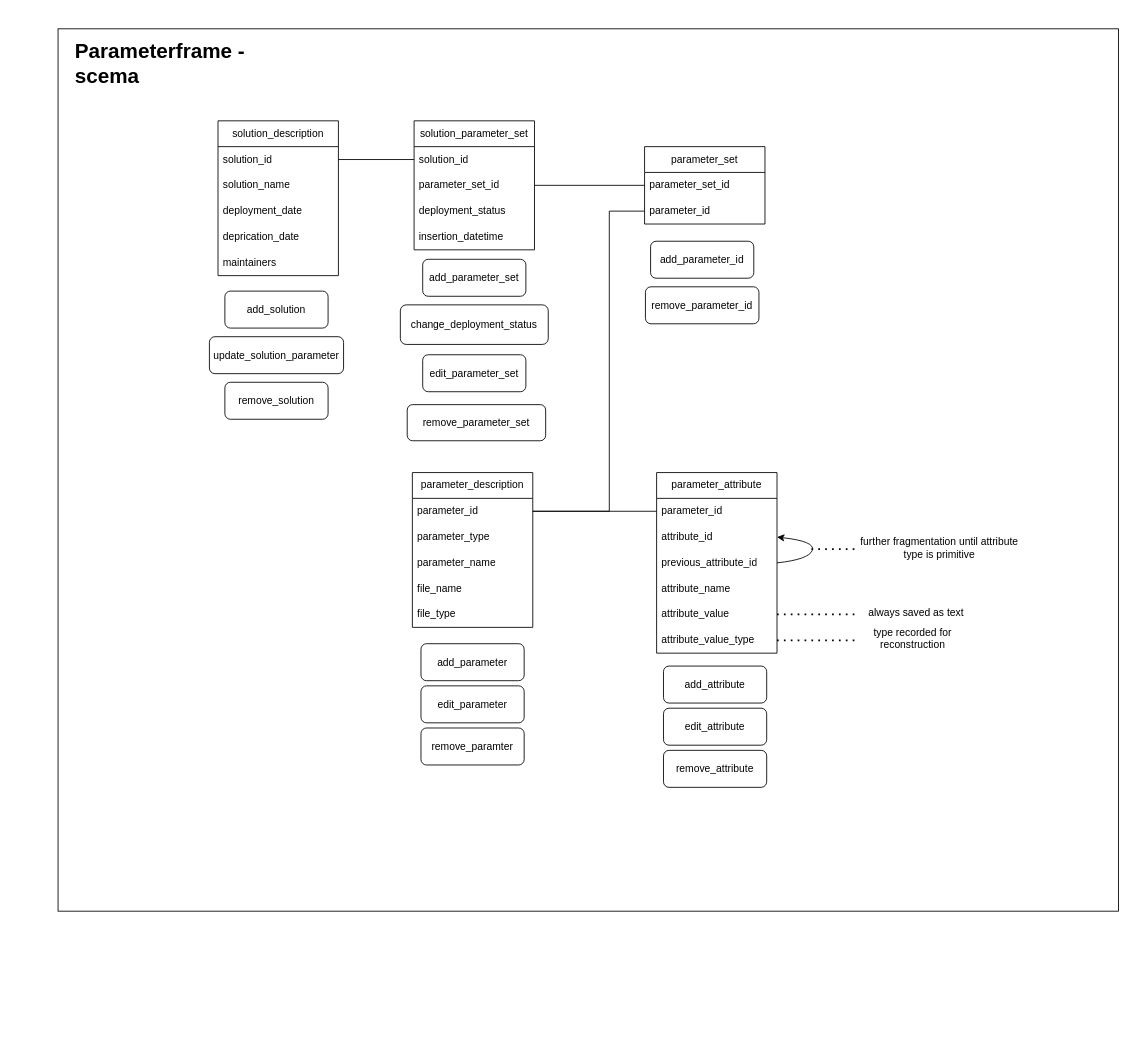
The draw.io diagram page "scema" (1 of 2) of drawio/parameterframe.drawio in Kiril-Mordan/reusables, before the edit. Source tidied: cells renumbered, new cells numbered last; positions are measured from the earlier drawing's top-left corner, leaving out a move shared by most shapes. Both pictures are drawn from the tidied source at 86%, with x=0, y=0 at pixel (58, 28).
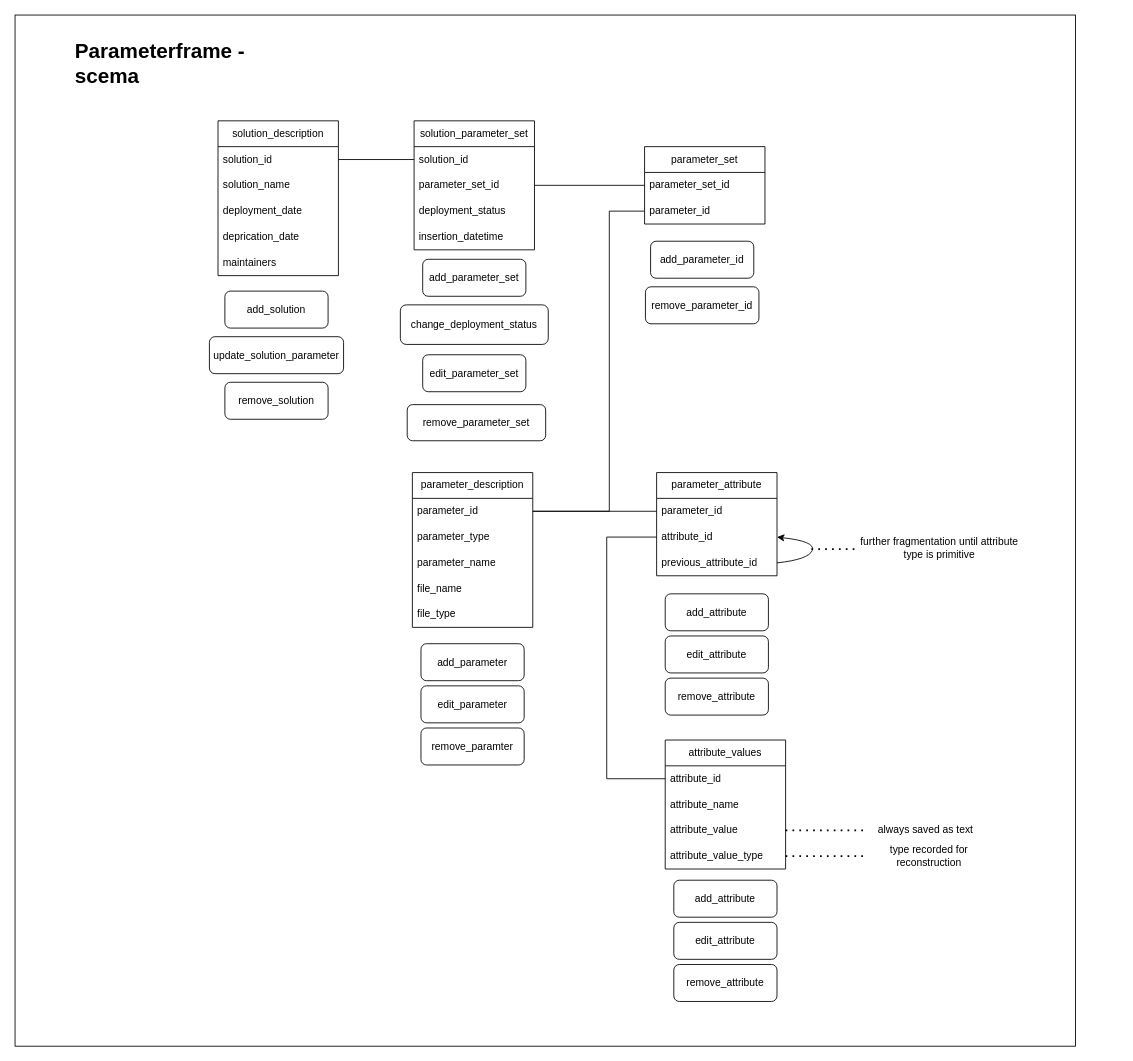
The same diagram, later.

Commit message (it also covers changes not shown here):
[DRAFT] changes to parameterframe attribute splitting initial idea

The change refers to these unchanged cells:
```xml
<mxCell id="29" value="attribute_id" style="text;strokeColor=none;fillColor=none;align=left;verticalAlign=middle;spacingLeft=4;spacingRight=4;overflow=hidden;points=[[0,0.5],[1,0.5]];portConstraint=eastwest;whiteSpace=wrap;html=1;" parent="27" vertex="1">
  <mxGeometry y="60" width="140" height="30" as="geometry" />
</mxCell>
```

The edit, as a diff of the source:
```diff
@@
     <mxCell id="2" style="rounded=0;whiteSpace=wrap;html=1;" parent="1" vertex="1">
-      <mxGeometry width="1233" height="1026" as="geometry" />
+      <mxGeometry x="-50" y="-16" width="1233" height="1199" as="geometry" />
     </mxCell>
@@
     <mxCell id="27" value="parameter_attribute" style="swimlane;fontStyle=0;horizontal=1;startSize=30;whiteSpace=wrap;html=1;" parent="1" vertex="1">
-      <mxGeometry x="696" y="516" width="140" height="210" as="geometry" />
+      <mxGeometry x="696" y="516" width="140" height="120" as="geometry" />
     </mxCell>
@@
-    <mxCell id="31" value="attribute_name" style="text;strokeColor=none;fillColor=none;align=left;verticalAlign=middle;spacingLeft=4;spacingRight=4;overflow=hidden;whiteSpace=wrap;html=1;" parent="27" vertex="1">
-      <mxGeometry y="120" width="140" height="30" as="geometry" />
-    </mxCell>
-    <mxCell id="32" value="attribute_value" style="text;strokeColor=none;fillColor=none;align=left;verticalAlign=middle;spacingLeft=4;spacingRight=4;overflow=hidden;points=[[0,0.5],[1,0.5]];portConstraint=eastwest;whiteSpace=wrap;html=1;" parent="27" vertex="1">
-      <mxGeometry y="150" width="140" height="30" as="geometry" />
-    </mxCell>
-    <mxCell id="33" value="attribute_value_type" style="text;strokeColor=none;fillColor=none;align=left;verticalAlign=middle;spacingLeft=4;spacingRight=4;overflow=hidden;points=[[0,0.5],[1,0.5]];portConstraint=eastwest;whiteSpace=wrap;html=1;" parent="27" vertex="1">
-      <mxGeometry y="180" width="140" height="30" as="geometry" />
-    </mxCell>
@@
     <mxCell id="48" value="add_attribute" style="rounded=1;whiteSpace=wrap;html=1;" parent="1" vertex="1">
-      <mxGeometry x="704" y="741" width="120" height="43" as="geometry" />
+      <mxGeometry x="706" y="657" width="120" height="43" as="geometry" />
     </mxCell>
     <mxCell id="49" value="edit_attribute" style="rounded=1;whiteSpace=wrap;html=1;" parent="1" vertex="1">
-      <mxGeometry x="704" y="790" width="120" height="43" as="geometry" />
+      <mxGeometry x="706" y="706" width="120" height="43" as="geometry" />
     </mxCell>
     <mxCell id="50" value="remove_attribute" style="rounded=1;whiteSpace=wrap;html=1;" parent="1" vertex="1">
-      <mxGeometry x="704" y="839" width="120" height="43" as="geometry" />
+      <mxGeometry x="706" y="755" width="120" height="43" as="geometry" />
     </mxCell>
@@
-    <mxCell id="53" style="endArrow=none;dashed=1;html=1;dashPattern=1 3;strokeWidth=2;rounded=0;exitX=1;exitY=0.5;exitDx=0;exitDy=0;" parent="1" edge="1" source="32">
-      <mxGeometry relative="1" as="geometry">
-        <mxPoint x="929" y="681" as="targetPoint" />
-      </mxGeometry>
-    </mxCell>
+    <mxCell id="57" value="attribute_values" style="swimlane;fontStyle=0;horizontal=1;startSize=30;whiteSpace=wrap;html=1;" parent="1" vertex="1">
+      <mxGeometry x="706" y="827" width="140" height="150" as="geometry" />
+    </mxCell>
+    <mxCell id="58" value="attribute_id" style="text;strokeColor=none;fillColor=none;align=left;verticalAlign=middle;spacingLeft=4;spacingRight=4;overflow=hidden;points=[[0,0.5],[1,0.5]];portConstraint=eastwest;whiteSpace=wrap;html=1;" parent="57" vertex="1">
+      <mxGeometry y="30" width="140" height="30" as="geometry" />
+    </mxCell>
+    <mxCell id="31" value="attribute_name" style="text;strokeColor=none;fillColor=none;align=left;verticalAlign=middle;spacingLeft=4;spacingRight=4;overflow=hidden;whiteSpace=wrap;html=1;" parent="57" vertex="1">
+      <mxGeometry y="60" width="140" height="30" as="geometry" />
+    </mxCell>
+    <mxCell id="32" value="attribute_value" style="text;strokeColor=none;fillColor=none;align=left;verticalAlign=middle;spacingLeft=4;spacingRight=4;overflow=hidden;points=[[0,0.5],[1,0.5]];portConstraint=eastwest;whiteSpace=wrap;html=1;" parent="57" vertex="1">
+      <mxGeometry y="90" width="140" height="30" as="geometry" />
+    </mxCell>
+    <mxCell id="33" value="attribute_value_type" style="text;strokeColor=none;fillColor=none;align=left;verticalAlign=middle;spacingLeft=4;spacingRight=4;overflow=hidden;points=[[0,0.5],[1,0.5]];portConstraint=eastwest;whiteSpace=wrap;html=1;" parent="57" vertex="1">
+      <mxGeometry y="120" width="140" height="30" as="geometry" />
+    </mxCell>
+    <mxCell id="59" value="add_attribute" style="rounded=1;whiteSpace=wrap;html=1;" parent="1" vertex="1">
+      <mxGeometry x="716" y="990" width="120" height="43" as="geometry" />
+    </mxCell>
+    <mxCell id="60" value="edit_attribute" style="rounded=1;whiteSpace=wrap;html=1;" parent="1" vertex="1">
+      <mxGeometry x="716" y="1039" width="120" height="43" as="geometry" />
+    </mxCell>
+    <mxCell id="61" value="remove_attribute" style="rounded=1;whiteSpace=wrap;html=1;" parent="1" vertex="1">
+      <mxGeometry x="716" y="1088" width="120" height="43" as="geometry" />
+    </mxCell>
+    <mxCell id="62" style="endArrow=none;dashed=1;html=1;dashPattern=1 3;strokeWidth=2;rounded=0;exitX=1;exitY=0.5;exitDx=0;exitDy=0;entryX=0;entryY=0.5;entryDx=0;entryDy=0;" parent="1" edge="1" source="32" target="54">
+      <mxGeometry relative="1" as="geometry" />
+    </mxCell>
     <mxCell id="54" value="always saved as text" style="text;html=1;align=center;verticalAlign=middle;whiteSpace=wrap;rounded=0;" parent="1" vertex="1">
-      <mxGeometry x="926" y="659" width="144" height="40" as="geometry" />
+      <mxGeometry x="937" y="912" width="144" height="40" as="geometry" />
     </mxCell>
-    <mxCell id="55" style="endArrow=none;dashed=1;html=1;dashPattern=1 3;strokeWidth=2;rounded=0;exitX=1;exitY=0.5;exitDx=0;exitDy=0;" parent="1" edge="1" source="33">
-      <mxGeometry relative="1" as="geometry">
-        <mxPoint x="927" y="711" as="targetPoint" />
-      </mxGeometry>
-    </mxCell>
+    <mxCell id="63" style="endArrow=none;dashed=1;html=1;dashPattern=1 3;strokeWidth=2;rounded=0;exitX=1;exitY=0.5;exitDx=0;exitDy=0;entryX=0;entryY=0.5;entryDx=0;entryDy=0;" parent="1" edge="1" source="33" target="56">
+      <mxGeometry relative="1" as="geometry" />
+    </mxCell>
     <mxCell id="56" value="type recorded for reconstruction" style="text;html=1;align=center;verticalAlign=middle;whiteSpace=wrap;rounded=0;" parent="1" vertex="1">
-      <mxGeometry x="922" y="689" width="144" height="40" as="geometry" />
+      <mxGeometry x="941" y="942" width="144" height="40" as="geometry" />
     </mxCell>
+    <mxCell id="64" style="endArrow=none;html=1;rounded=0;entryX=0;entryY=0.5;entryDx=0;entryDy=0;exitX=0;exitY=0.5;exitDx=0;exitDy=0;" parent="1" edge="1" source="58" target="29">
+      <mxGeometry relative="1" as="geometry">
+        <Array as="points">
+          <mxPoint x="638" y="872" />
+          <mxPoint x="638" y="591" />
+        </Array>
+      </mxGeometry>
+    </mxCell>
```
